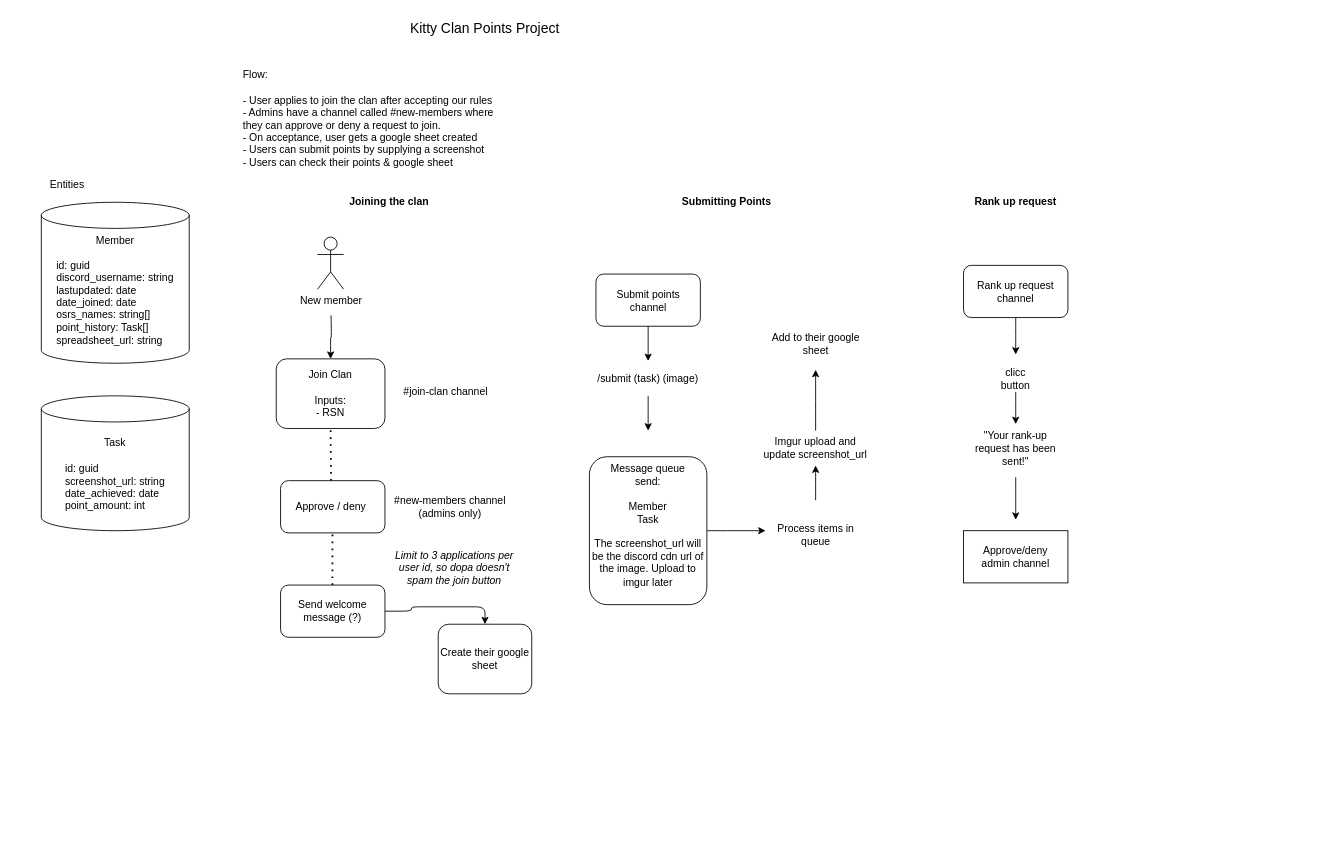
Above: KittyClanPointsPlan.drawio in yoshi-isle/kitty-clan-points (draw.io), before the change. Source tidied: cells renumbered, new cells numbered last; positions are measured from the earlier drawing's top-left corner, leaving out a move shared by most shapes. Both pictures are drawn from the tidied source at 87%, with x=0, y=0 at pixel (41, 15).
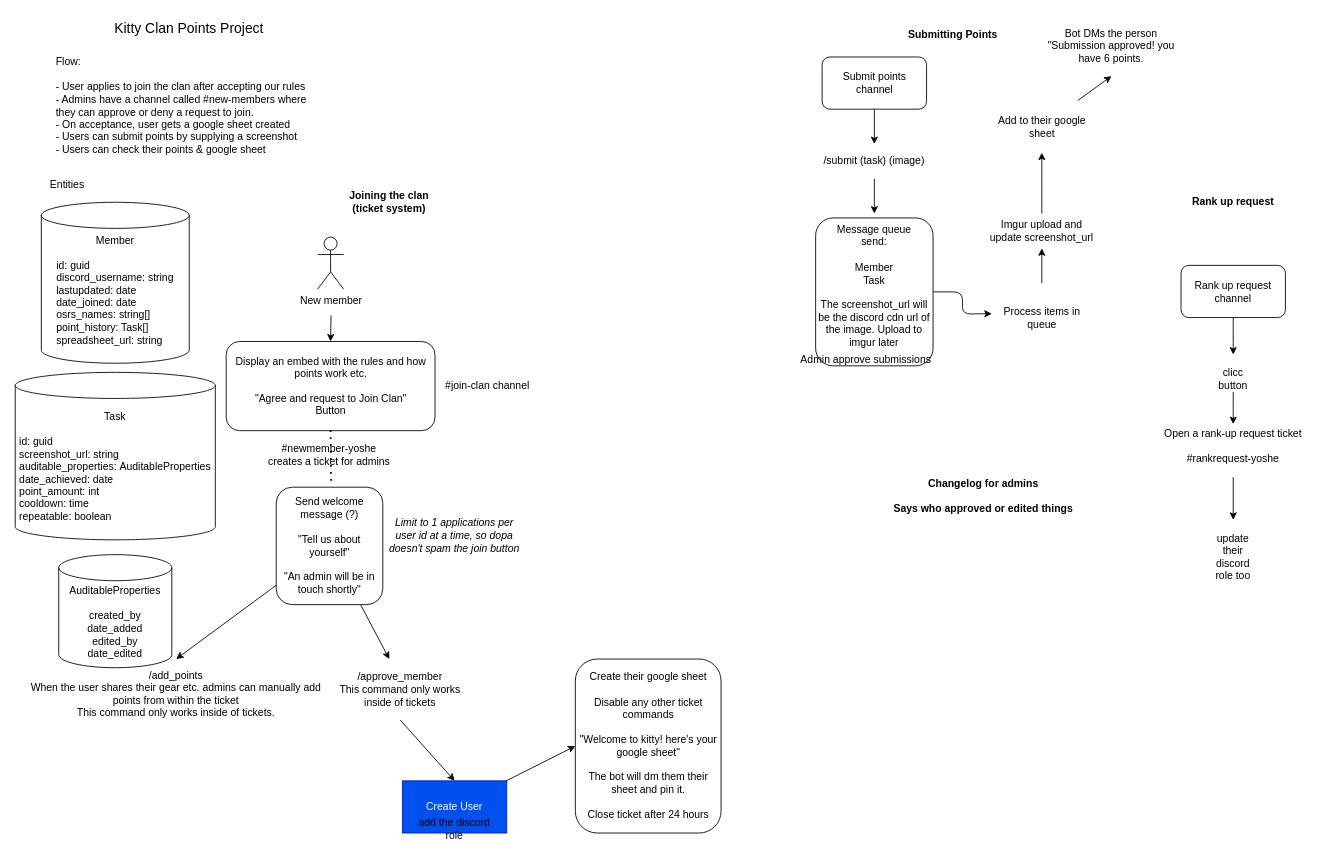
Above is the later version.

Diff of the diagram source:
```diff
@@
     <mxCell id="2" value="Kitty Clan Points Project" style="text;html=1;align=center;verticalAlign=middle;whiteSpace=wrap;rounded=1;strokeWidth=1;fontSize=16;" parent="1" vertex="1">
-      <mxGeometry x="330" width="360" height="30" as="geometry" />
+      <mxGeometry x="-10" width="360" height="30" as="geometry" />
     </mxCell>
     <mxCell id="3" value="Flow:&lt;div&gt;&lt;br&gt;&lt;/div&gt;&lt;div&gt;- User applies to join the clan after accepting our rules&lt;/div&gt;&lt;div&gt;- Admins have a channel called #new-members where they can approve or deny a request to join.&lt;/div&gt;&lt;div&gt;- On acceptance, user gets a google sheet created&lt;/div&gt;&lt;div&gt;- Users can submit points by supplying a screenshot&lt;/div&gt;&lt;div&gt;- Users can check their points &amp;amp; google sheet&lt;/div&gt;" style="text;html=1;align=left;verticalAlign=top;whiteSpace=wrap;rounded=1;" parent="1" vertex="1">
-      <mxGeometry x="230" y="55" width="310" height="140" as="geometry" />
+      <mxGeometry x="15" y="40" width="310" height="140" as="geometry" />
     </mxCell>
@@
-    <mxCell id="6" value="Join Clan&lt;div&gt;&lt;br&gt;&lt;div&gt;Inputs:&lt;/div&gt;&lt;div&gt;- RSN&lt;/div&gt;&lt;/div&gt;" style="rounded=1;whiteSpace=wrap;html=1;" parent="1" vertex="1">
-      <mxGeometry x="270" y="395" width="125" height="80" as="geometry" />
+    <mxCell id="6" value="Display an embed with the rules and how points work etc.&lt;br&gt;&lt;br&gt;&quot;Agree and request to Join Clan&quot;&lt;br&gt;Button" style="rounded=1;whiteSpace=wrap;html=1;" parent="1" vertex="1">
+      <mxGeometry x="212.5" y="375" width="240" height="102.5" as="geometry" />
     </mxCell>
@@
-    <mxCell id="8" style="rounded=1;whiteSpace=wrap;html=1;" parent="1" vertex="1">
-      <mxGeometry x="275" y="535" width="120" height="60" as="geometry" />
-    </mxCell>
     <mxCell id="9" value="#join-clan channel" style="text;html=1;align=center;verticalAlign=middle;whiteSpace=wrap;rounded=1;" parent="1" vertex="1">
-      <mxGeometry x="405" y="420" width="120" height="25" as="geometry" />
+      <mxGeometry x="452.5" y="413.8" width="120" height="25" as="geometry" />
     </mxCell>
-    <mxCell id="10" value="#new-members channel (admins only)" style="text;html=1;align=center;verticalAlign=middle;whiteSpace=wrap;rounded=1;" parent="1" vertex="1">
-      <mxGeometry x="395" y="555" width="150" height="20" as="geometry" />
+    <mxCell id="10" value="#newmember-yoshe&lt;br&gt;creates a ticket for admins" style="text;html=1;align=center;verticalAlign=middle;whiteSpace=wrap;rounded=1;" parent="1" vertex="1">
+      <mxGeometry x="256.2" y="495" width="150" height="20" as="geometry" />
     </mxCell>
-    <mxCell id="11" value="Approve / deny" style="text;html=1;align=center;verticalAlign=middle;whiteSpace=wrap;rounded=1;" parent="1" vertex="1">
-      <mxGeometry x="282.5" y="550" width="100" height="30" as="geometry" />
-    </mxCell>
-    <mxCell id="12" value="Limit to 3 applications per user id, so dopa doesn't spam the join button" style="text;html=1;align=center;verticalAlign=middle;whiteSpace=wrap;rounded=1;fontStyle=2;" parent="1" vertex="1">
-      <mxGeometry x="395" y="605" width="160" height="60" as="geometry" />
+    <mxCell id="12" value="Limit to 1 applications per user id at a time, so dopa doesn't spam the join button" style="text;html=1;align=center;verticalAlign=middle;whiteSpace=wrap;rounded=1;fontStyle=2;" parent="1" vertex="1">
+      <mxGeometry x="395" y="567.5" width="160" height="60" as="geometry" />
     </mxCell>
@@
-    <mxCell id="15" value="Task&lt;br&gt;&lt;div&gt;&lt;br&gt;&lt;/div&gt;&lt;div style=&quot;text-align: left;&quot;&gt;id: guid&lt;/div&gt;&lt;div style=&quot;text-align: left;&quot;&gt;screenshot_url: string&lt;/div&gt;&lt;div style=&quot;text-align: left;&quot;&gt;date_achieved: date&lt;/div&gt;&lt;div style=&quot;text-align: left;&quot;&gt;point_amount: int&lt;/div&gt;" style="shape=cylinder3;whiteSpace=wrap;html=1;boundedLbl=1;backgroundOutline=1;size=15;rounded=1;" parent="1" vertex="1">
-      <mxGeometry y="437.5" width="170" height="155" as="geometry" />
+    <mxCell id="15" value="Task&lt;br&gt;&lt;div&gt;&lt;br&gt;&lt;/div&gt;&lt;div style=&quot;text-align: left;&quot;&gt;id: guid&lt;/div&gt;&lt;div style=&quot;text-align: left;&quot;&gt;screenshot_url: string&lt;/div&gt;auditable_properties&lt;span style=&quot;text-align: left; background-color: initial;&quot;&gt;:&amp;nbsp;&lt;/span&gt;AuditableProperties&lt;div style=&quot;text-align: left;&quot;&gt;date_achieved: date&lt;/div&gt;&lt;div style=&quot;text-align: left;&quot;&gt;point_amount: int&lt;/div&gt;&lt;div style=&quot;text-align: left;&quot;&gt;cooldown: time&lt;/div&gt;&lt;div style=&quot;text-align: left;&quot;&gt;repeatable: boolean&lt;/div&gt;" style="shape=cylinder3;whiteSpace=wrap;html=1;boundedLbl=1;backgroundOutline=1;size=15;rounded=1;" parent="1" vertex="1">
+      <mxGeometry x="-30" y="410.5" width="230" height="192.5" as="geometry" />
     </mxCell>
-    <mxCell id="16" style="edgeStyle=orthogonalEdgeStyle;rounded=1;jettySize=auto;html=1;entryX=0.5;entryY=0;entryDx=0;entryDy=0;" parent="1" edge="1" source="17" target="32">
-      <mxGeometry relative="1" as="geometry" />
-    </mxCell>
+    <mxCell id="41" style="edgeStyle=none;html=1;" parent="1" edge="1" source="17">
+      <mxGeometry relative="1" as="geometry">
+        <mxPoint x="400" y="740" as="targetPoint" />
+      </mxGeometry>
+    </mxCell>
+    <mxCell id="42" style="edgeStyle=none;html=1;entryX=0.5;entryY=0;entryDx=0;entryDy=0;" parent="1" edge="1" source="17" target="44">
+      <mxGeometry relative="1" as="geometry" />
+    </mxCell>
-    <mxCell id="17" value="Send welcome message (?)" style="rounded=1;whiteSpace=wrap;html=1;" parent="1" vertex="1">
-      <mxGeometry x="275" y="655" width="120" height="60" as="geometry" />
+    <mxCell id="17" value="Send welcome message (?)&lt;br&gt;&lt;br&gt;&quot;Tell us about yourself&quot;&lt;br&gt;&lt;br&gt;&quot;An admin will be in touch shortly&quot;" style="rounded=1;whiteSpace=wrap;html=1;" parent="1" vertex="1">
+      <mxGeometry x="270" y="542.5" width="122.5" height="135" as="geometry" />
     </mxCell>
-    <mxCell id="18" style="endArrow=none;dashed=1;html=1;dashPattern=1 3;strokeWidth=2;rounded=1;entryX=0.5;entryY=1;entryDx=0;entryDy=0;" parent="1" edge="1">
-      <mxGeometry relative="1" as="geometry">
-        <mxPoint x="334.6" y="655" as="sourcePoint" />
-        <mxPoint x="334.6" y="595" as="targetPoint" />
-      </mxGeometry>
-    </mxCell>
-    <mxCell id="19" value="Joining the clan" style="text;html=1;align=center;verticalAlign=middle;whiteSpace=wrap;rounded=1;fontStyle=1;" parent="1" vertex="1">
+    <mxCell id="19" value="Joining the clan&lt;br&gt;(ticket system)" style="text;html=1;align=center;verticalAlign=middle;whiteSpace=wrap;rounded=1;fontStyle=1;" parent="1" vertex="1">
       <mxGeometry x="315" y="200" width="170" height="30" as="geometry" />
     </mxCell>
     <mxCell id="20" value="Submitting Points" style="text;html=1;align=center;verticalAlign=middle;whiteSpace=wrap;rounded=1;fontStyle=1;" parent="1" vertex="1">
-      <mxGeometry x="702.5" y="200" width="170" height="30" as="geometry" />
+      <mxGeometry x="962.5" y="7.5" width="170" height="30" as="geometry" />
     </mxCell>
@@
     <mxCell id="22" value="Submit points channel" style="rounded=1;whiteSpace=wrap;html=1;" parent="1" vertex="1">
-      <mxGeometry x="637.5" y="297.5" width="120" height="60" as="geometry" />
+      <mxGeometry x="897.5" y="48" width="120" height="60" as="geometry" />
     </mxCell>
     <mxCell id="23" style="edgeStyle=orthogonalEdgeStyle;rounded=1;jettySize=auto;html=1;" parent="1" edge="1" source="24">
       <mxGeometry relative="1" as="geometry">
-        <mxPoint x="697.5" y="477.5" as="targetPoint" />
+        <mxPoint x="957.5" y="228" as="targetPoint" />
       </mxGeometry>
     </mxCell>
     <mxCell id="24" value="/submit (task) (image)" style="text;html=1;align=center;verticalAlign=middle;whiteSpace=wrap;rounded=1;" parent="1" vertex="1">
-      <mxGeometry x="630" y="397.5" width="135" height="40" as="geometry" />
+      <mxGeometry x="890" y="148" width="135" height="40" as="geometry" />
     </mxCell>
     <mxCell id="25" style="edgeStyle=orthogonalEdgeStyle;rounded=1;jettySize=auto;html=1;" parent="1" edge="1" source="26">
       <mxGeometry relative="1" as="geometry">
-        <mxPoint x="832.5" y="592.5" as="targetPoint" />
+        <mxPoint x="1092.5" y="343" as="targetPoint" />
       </mxGeometry>
     </mxCell>
     <mxCell id="26" value="Message queue&lt;div&gt;send:&lt;/div&gt;&lt;div&gt;&lt;br&gt;&lt;/div&gt;&lt;div&gt;Member&lt;/div&gt;&lt;div&gt;Task&lt;/div&gt;&lt;div&gt;&lt;br&gt;&lt;/div&gt;&lt;div&gt;The screenshot_url will be the discord cdn url of the image. Upload to imgur later&lt;/div&gt;" style="rounded=1;whiteSpace=wrap;html=1;verticalAlign=top;" parent="1" vertex="1">
-      <mxGeometry x="630" y="507.5" width="135" height="170" as="geometry" />
+      <mxGeometry x="890" y="233" width="135" height="170" as="geometry" />
     </mxCell>
     <mxCell id="27" style="edgeStyle=orthogonalEdgeStyle;rounded=1;jettySize=auto;html=1;" parent="1" edge="1" source="28">
       <mxGeometry relative="1" as="geometry">
-        <mxPoint x="890" y="517.5" as="targetPoint" />
+        <mxPoint x="1150" y="268" as="targetPoint" />
       </mxGeometry>
     </mxCell>
     <mxCell id="28" value="Process items in queue" style="text;html=1;align=center;verticalAlign=middle;whiteSpace=wrap;rounded=0;" parent="1" vertex="1">
-      <mxGeometry x="832.5" y="557.5" width="115" height="80" as="geometry" />
+      <mxGeometry x="1092.5" y="308" width="115" height="80" as="geometry" />
     </mxCell>
     <mxCell id="29" style="edgeStyle=orthogonalEdgeStyle;rounded=1;jettySize=auto;html=1;" parent="1" edge="1" source="30">
       <mxGeometry relative="1" as="geometry">
-        <mxPoint x="890" y="407.5" as="targetPoint" />
+        <mxPoint x="1150" y="158" as="targetPoint" />
       </mxGeometry>
     </mxCell>
     <mxCell id="30" value="Imgur upload and update screenshot_url" style="text;html=1;align=center;verticalAlign=middle;whiteSpace=wrap;rounded=0;" parent="1" vertex="1">
-      <mxGeometry x="824" y="477.5" width="132" height="40" as="geometry" />
+      <mxGeometry x="1084" y="228" width="132" height="40" as="geometry" />
     </mxCell>
+    <mxCell id="43" style="edgeStyle=none;html=1;entryX=0.5;entryY=1;entryDx=0;entryDy=0;" parent="1" edge="1" source="31" target="53">
+      <mxGeometry relative="1" as="geometry" />
+    </mxCell>
     <mxCell id="31" value="Add to their google sheet" style="text;html=1;align=center;verticalAlign=middle;whiteSpace=wrap;rounded=0;" parent="1" vertex="1">
-      <mxGeometry x="838.8" y="347.5" width="102.5" height="60" as="geometry" />
+      <mxGeometry x="1098.8" y="98" width="102.5" height="60" as="geometry" />
     </mxCell>
-    <mxCell id="32" value="&lt;div&gt;Create their google sheet&lt;/div&gt;" style="rounded=1;whiteSpace=wrap;html=1;verticalAlign=middle;" parent="1" vertex="1">
-      <mxGeometry x="456.2" y="700" width="107.5" height="80" as="geometry" />
+    <mxCell id="32" value="&lt;div&gt;Create their google sheet&lt;/div&gt;&lt;div&gt;&lt;br&gt;&lt;/div&gt;&lt;div&gt;Disable any other ticket commands&lt;/div&gt;&lt;div&gt;&lt;br&gt;&lt;/div&gt;&lt;div&gt;&quot;Welcome to kitty! here's your google sheet&quot;&lt;/div&gt;&lt;div&gt;&lt;br&gt;&lt;/div&gt;&lt;div&gt;The bot will dm them their sheet and pin it.&lt;/div&gt;&lt;div&gt;&lt;br&gt;&lt;/div&gt;&lt;div&gt;Close ticket after 24 hours&lt;/div&gt;" style="rounded=1;whiteSpace=wrap;html=1;verticalAlign=middle;" parent="1" vertex="1">
+      <mxGeometry x="613.8" y="740" width="167.5" height="200" as="geometry" />
     </mxCell>
     <mxCell id="33" value="Rank up request" style="text;html=1;align=center;verticalAlign=middle;whiteSpace=wrap;rounded=0;fontStyle=1;" parent="1" vertex="1">
-      <mxGeometry x="1060" y="195" width="120" height="40" as="geometry" />
+      <mxGeometry x="1310" y="195" width="120" height="40" as="geometry" />
     </mxCell>
     <mxCell id="34" style="edgeStyle=orthogonalEdgeStyle;rounded=1;jettySize=auto;html=1;" parent="1" edge="1" source="35">
       <mxGeometry relative="1" as="geometry">
-        <mxPoint x="1120" y="390" as="targetPoint" />
+        <mxPoint x="1370" y="390" as="targetPoint" />
       </mxGeometry>
     </mxCell>
     <mxCell id="35" value="Rank up request channel" style="rounded=1;whiteSpace=wrap;html=1;" parent="1" vertex="1">
-      <mxGeometry x="1060" y="287.5" width="120" height="60" as="geometry" />
+      <mxGeometry x="1310" y="287.5" width="120" height="60" as="geometry" />
     </mxCell>
     <mxCell id="36" style="edgeStyle=orthogonalEdgeStyle;rounded=1;jettySize=auto;html=1;" parent="1" edge="1" source="37">
       <mxGeometry relative="1" as="geometry">
-        <mxPoint x="1120" y="470" as="targetPoint" />
+        <mxPoint x="1370" y="470" as="targetPoint" />
       </mxGeometry>
     </mxCell>
     <mxCell id="37" value="clicc button" style="text;html=1;align=center;verticalAlign=middle;whiteSpace=wrap;rounded=0;" parent="1" vertex="1">
-      <mxGeometry x="1090" y="403" width="60" height="30" as="geometry" />
+      <mxGeometry x="1340" y="403" width="60" height="30" as="geometry" />
     </mxCell>
-    <mxCell id="38" style="edgeStyle=orthogonalEdgeStyle;rounded=1;jettySize=auto;html=1;" parent="1" edge="1" source="39">
+    <mxCell id="38" style="edgeStyle=orthogonalEdgeStyle;rounded=1;orthogonalLoop=1;jettySize=auto;html=1;" parent="1" edge="1">
       <mxGeometry relative="1" as="geometry">
-        <mxPoint x="1120" y="580" as="targetPoint" />
+        <mxPoint x="1370" y="531" as="sourcePoint" />
+        <mxPoint x="1370" y="580" as="targetPoint" />
       </mxGeometry>
     </mxCell>
-    <mxCell id="39" value="&quot;Your rank-up request has been sent!&quot;" style="text;html=1;align=center;verticalAlign=middle;whiteSpace=wrap;rounded=0;" parent="1" vertex="1">
-      <mxGeometry x="1065" y="464" width="110" height="67" as="geometry" />
-    </mxCell>
-    <mxCell id="40" value="Approve/deny&lt;div&gt;admin channel&lt;/div&gt;" style="rounded=0;whiteSpace=wrap;html=1;" parent="1" vertex="1">
-      <mxGeometry x="1060" y="592.5" width="120" height="60" as="geometry" />
-    </mxCell>
+    <mxCell id="44" value="/add_points&lt;br&gt;When the user shares their gear etc. admins can manually add points from within the ticket&lt;br&gt;This command only works inside of tickets.&lt;br&gt;" style="text;strokeColor=none;align=center;fillColor=none;html=1;verticalAlign=middle;whiteSpace=wrap;rounded=0;" parent="1" vertex="1">
+      <mxGeometry x="-20" y="740" width="350" height="80" as="geometry" />
+    </mxCell>
+    <mxCell id="45" style="edgeStyle=none;html=1;exitX=0.5;exitY=1;exitDx=0;exitDy=0;entryX=0.5;entryY=0;entryDx=0;entryDy=0;" parent="1" edge="1" source="46" target="48">
+      <mxGeometry relative="1" as="geometry" />
+    </mxCell>
+    <mxCell id="46" value="/approve_member&lt;br&gt;This command only works inside of tickets" style="text;strokeColor=none;align=center;fillColor=none;html=1;verticalAlign=middle;whiteSpace=wrap;rounded=0;" parent="1" vertex="1">
+      <mxGeometry x="340" y="740" width="145" height="70" as="geometry" />
+    </mxCell>
+    <mxCell id="47" style="edgeStyle=none;html=1;entryX=0;entryY=0.5;entryDx=0;entryDy=0;" parent="1" edge="1" source="48" target="32">
+      <mxGeometry relative="1" as="geometry" />
+    </mxCell>
+    <mxCell id="48" value="Create User" style="whiteSpace=wrap;html=1;fillColor=#0050ef;fontColor=#ffffff;strokeColor=#001DBC;" parent="1" vertex="1">
+      <mxGeometry x="415" y="880" width="120" height="60" as="geometry" />
+    </mxCell>
+    <mxCell id="49" value="Open a rank-up request ticket&lt;br&gt;&lt;br&gt;#rankrequest-yoshe" style="text;strokeColor=none;align=center;fillColor=none;html=1;verticalAlign=middle;whiteSpace=wrap;rounded=0;" parent="1" vertex="1">
+      <mxGeometry x="1275" y="475" width="190" height="40" as="geometry" />
+    </mxCell>
+    <mxCell id="50" value="add the discord role" style="text;strokeColor=none;align=center;fillColor=none;html=1;verticalAlign=middle;whiteSpace=wrap;rounded=0;" parent="1" vertex="1">
+      <mxGeometry x="425" y="910" width="100" height="50" as="geometry" />
+    </mxCell>
+    <mxCell id="51" value="Admin approve submissions" style="text;strokeColor=none;align=center;fillColor=none;html=1;verticalAlign=middle;whiteSpace=wrap;rounded=0;" parent="1" vertex="1">
+      <mxGeometry x="847.5" y="380.5" width="200" height="30" as="geometry" />
+    </mxCell>
+    <mxCell id="52" value="update their discord role too" style="text;strokeColor=none;align=center;fillColor=none;html=1;verticalAlign=middle;whiteSpace=wrap;rounded=0;" parent="1" vertex="1">
+      <mxGeometry x="1340" y="607.5" width="60" height="30" as="geometry" />
+    </mxCell>
+    <mxCell id="53" value="Bot DMs the person &quot;Submission approved! you have 6 points." style="text;strokeColor=none;align=center;fillColor=none;html=1;verticalAlign=middle;whiteSpace=wrap;rounded=0;" parent="1" vertex="1">
+      <mxGeometry x="1155" width="150" height="70" as="geometry" />
+    </mxCell>
+    <mxCell id="54" value="AuditableProperties&lt;br&gt;&lt;br&gt;created_by&lt;br&gt;date_added&lt;br&gt;edited_by&lt;br&gt;date_edited" style="shape=cylinder3;whiteSpace=wrap;html=1;boundedLbl=1;backgroundOutline=1;size=15;rounded=1;" parent="1" vertex="1">
+      <mxGeometry x="20" y="620" width="130" height="130" as="geometry" />
+    </mxCell>
+    <mxCell id="55" value="Changelog for admins&lt;br&gt;&lt;br&gt;Says who approved or edited things" style="text;strokeColor=none;align=center;fillColor=none;html=1;verticalAlign=middle;whiteSpace=wrap;rounded=0;fontStyle=1;" parent="1" vertex="1">
+      <mxGeometry x="957.5" y="503" width="250" height="100" as="geometry" />
+    </mxCell>
```
